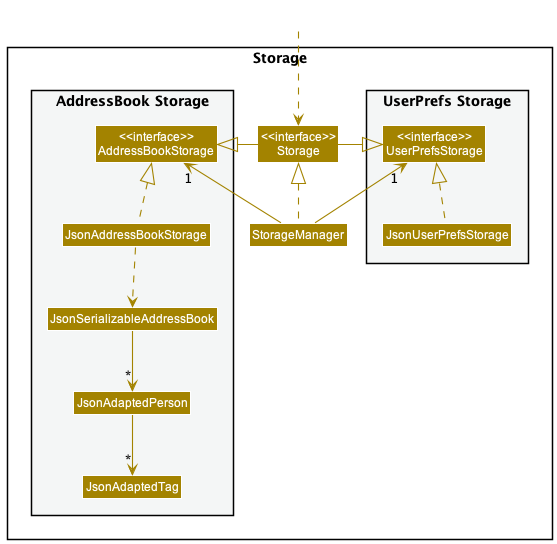
Earlier version of the PlantUML export docs/images/StorageClassDiagram.png (nus-cs2103-AY2223S1/tp).
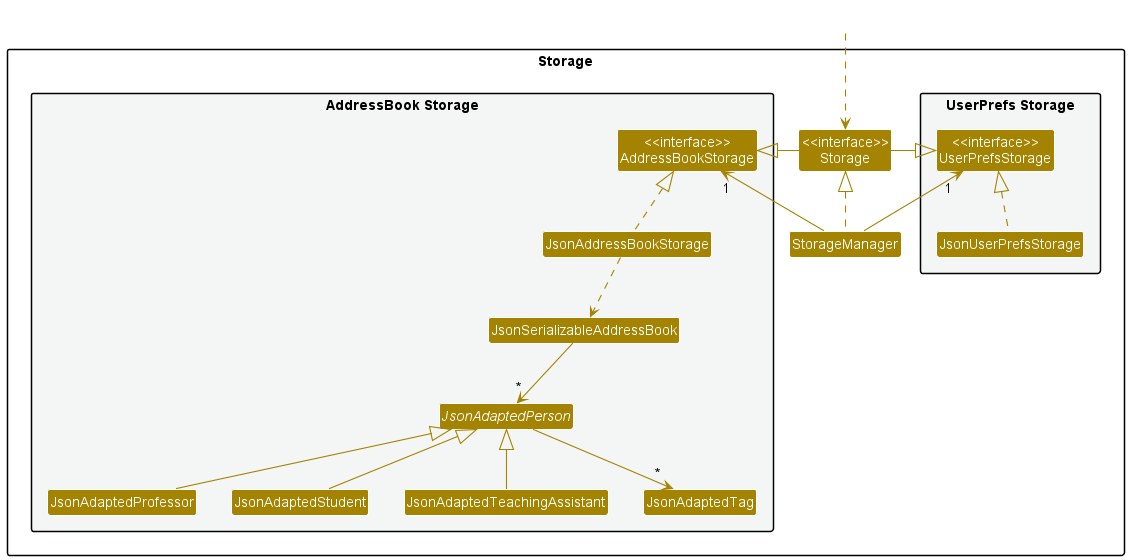
The same file after the commit.

Diff of the diagram source:
```diff
@@ -18,7 +18,10 @@
 Class "<<interface>>\nAddressBookStorage" as AddressBookStorage
 Class JsonAddressBookStorage
 Class JsonSerializableAddressBook
-Class JsonAdaptedPerson
+abstract Class JsonAdaptedPerson
+Class JsonAdaptedProfessor
+Class JsonAdaptedStudent
+Class JsonAdaptedTeachingAssistant
 Class JsonAdaptedTag
 }
 
@@ -39,5 +42,7 @@
 JsonAddressBookStorage ..> JsonSerializableAddressBook
 JsonSerializableAddressBook --> "*" JsonAdaptedPerson
 JsonAdaptedPerson --> "*" JsonAdaptedTag
-
+JsonAdaptedPerson <|-- JsonAdaptedProfessor
+JsonAdaptedPerson <|-- JsonAdaptedStudent
+JsonAdaptedPerson <|-- JsonAdaptedTeachingAssistant
 @enduml
```
